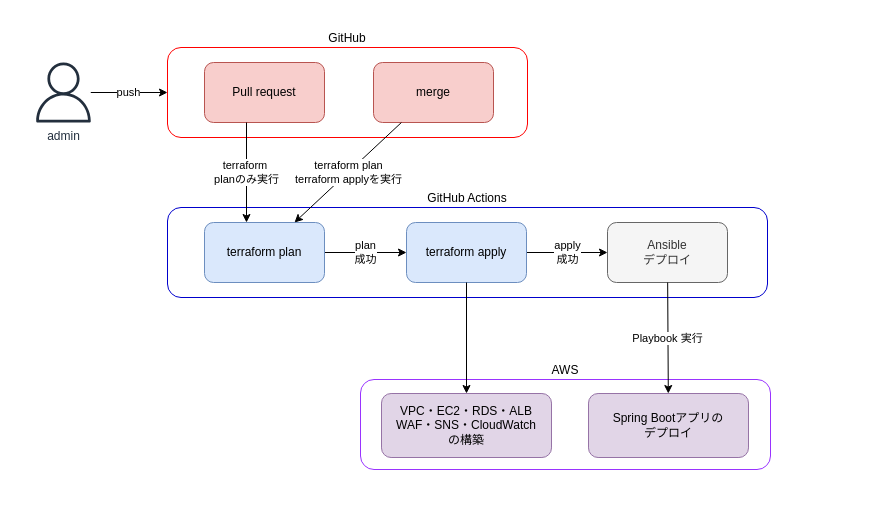
nino-sann/terraform-practice keeps this draw.io diagram as docs/CICD-Pipelines.drawio. Above is the earlier version. Source tidied: cells renumbered, new cells numbered last; positions are measured from the earlier drawing's top-left corner, leaving out a move shared by most shapes. Both pictures are drawn from the tidied source at 100%, with x=0, y=0 at pixel (33, 47).
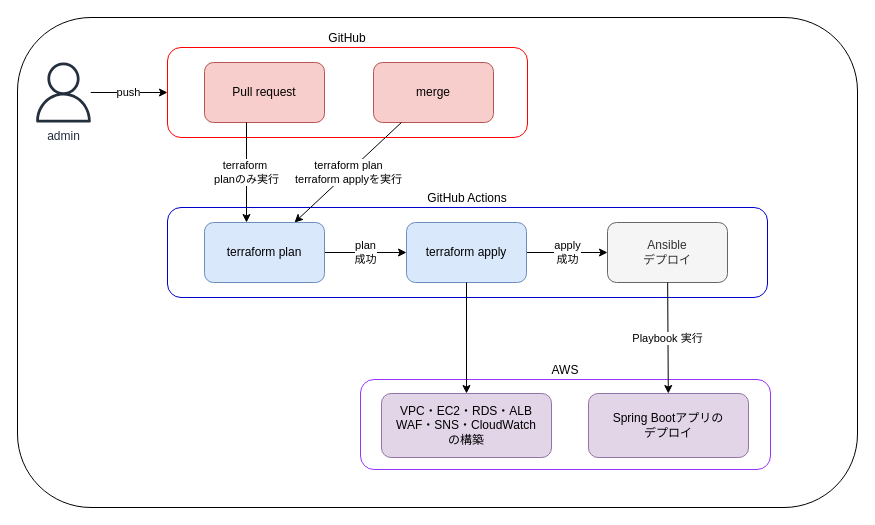
The same diagram, later.

Change to the diagram source:
```diff
@@
+    <mxCell id="20" style="rounded=1;whiteSpace=wrap;html=1;" parent="1" vertex="1">
+      <mxGeometry x="-16" y="-30" width="840" height="490" as="geometry" />
+    </mxCell>
```
